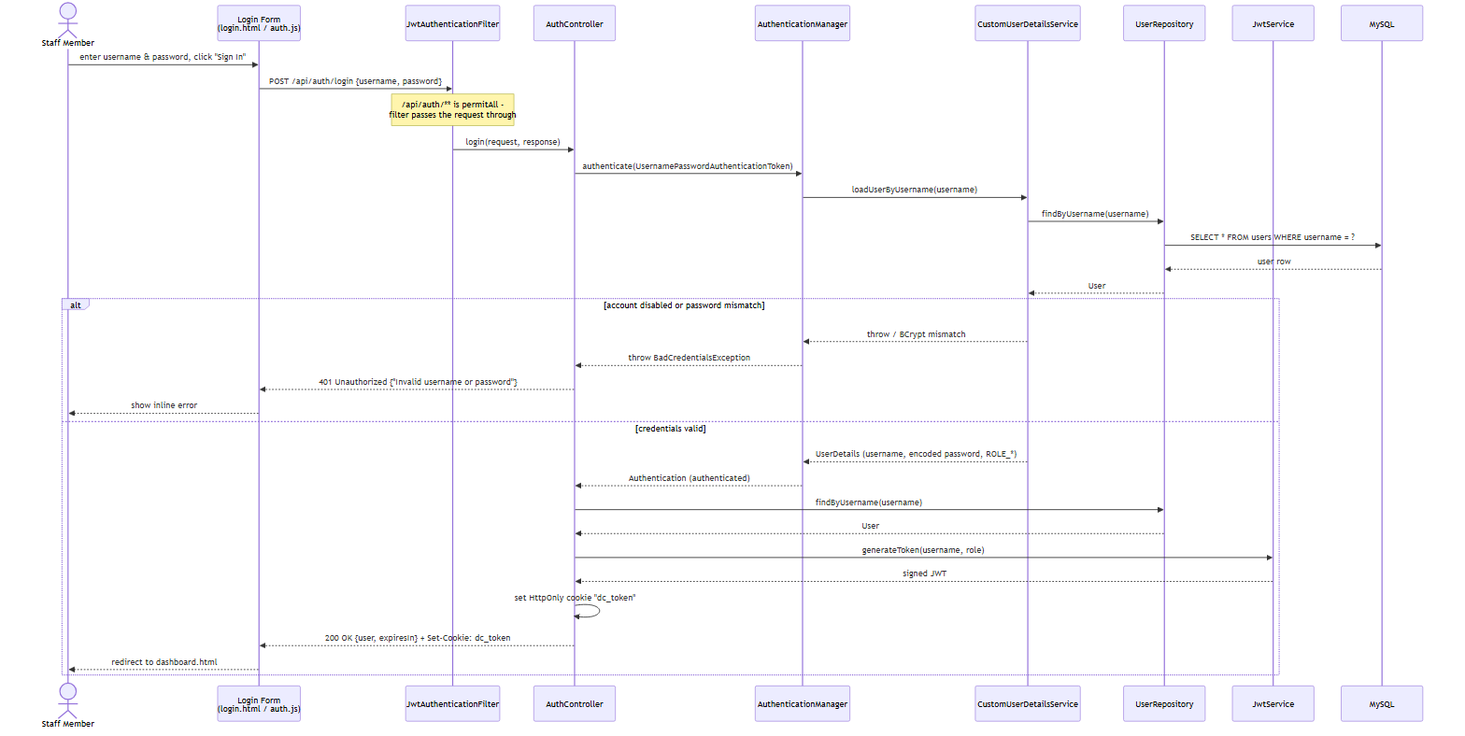
Above: diagrams/sequence-01-login.png in TharusanK23/sunrise-dental-clinic (Mermaid), before the change. Its source is kept beside it as diagrams/sequence-01-login.mmd.
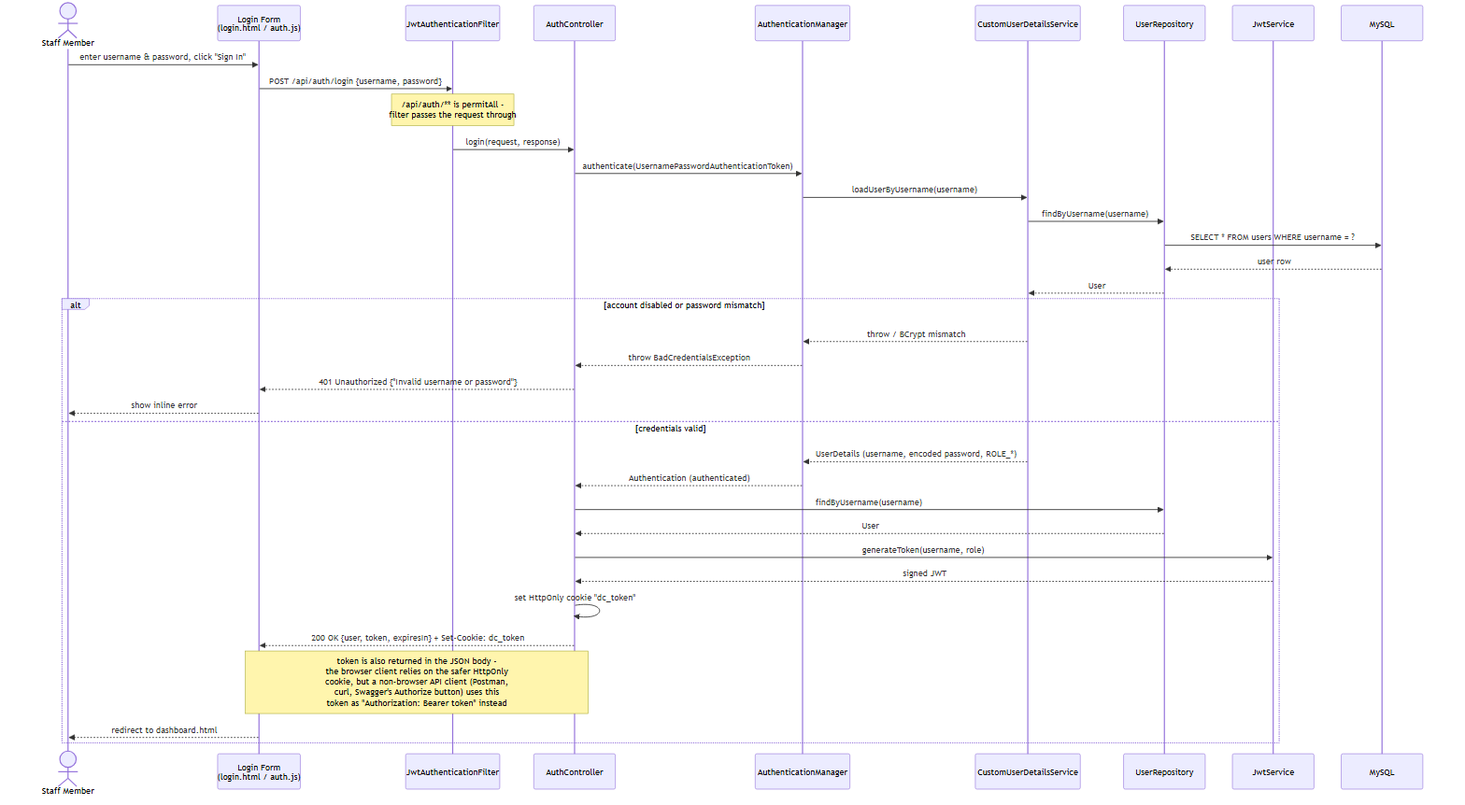
The same diagram one commit later.

Change to the diagram source:
```diff
@@ -36,6 +36,7 @@
         Jwt-->>Ctrl: signed JWT
 
         Ctrl->>Ctrl: set HttpOnly cookie "dc_token"
-        Ctrl-->>UI: 200 OK {user, expiresIn} + Set-Cookie: dc_token
+        Ctrl-->>UI: 200 OK {user, token, expiresIn} + Set-Cookie: dc_token
+        Note over UI,Ctrl: token is also returned in the JSON body -<br/>the browser client relies on the safer HttpOnly<br/>cookie, but a non-browser API client (Postman,<br/>curl, Swagger's Authorize button) uses this<br/>token as "Authorization: Bearer token" instead
         UI-->>Staff: redirect to dashboard.html
     end
```
